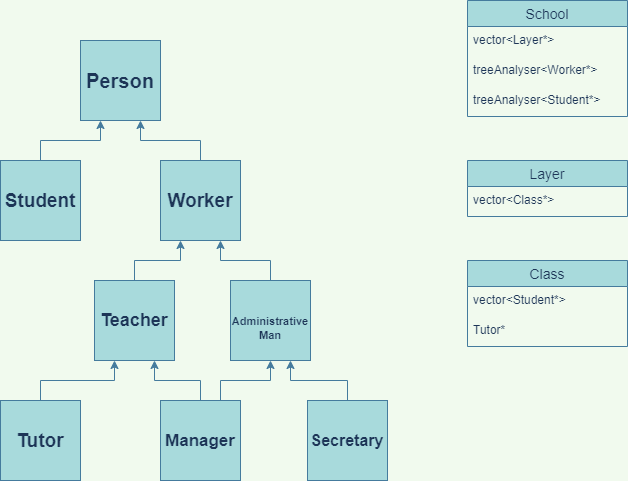
Before: Block diagram.png, a diagram exported from draw.io (ofir-tan/School-Super-Data-Structure). Source tidied: cells renumbered, new cells last; positions are measured from the earlier drawing's top-left corner, leaving out a move shared by most shapes.
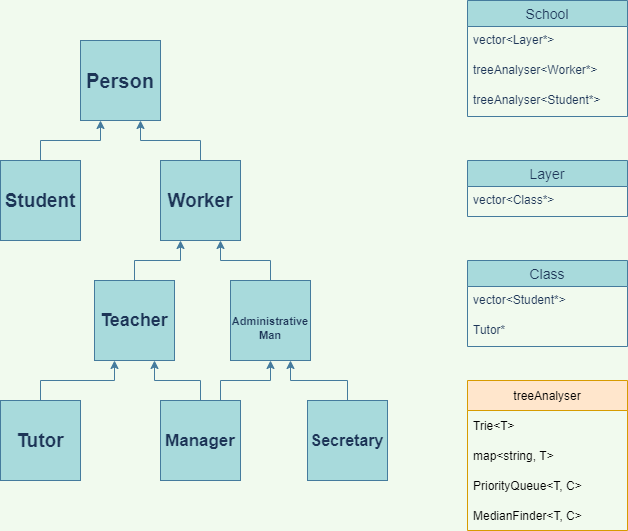
After the commit.

Diff of the diagram source:
```diff
@@ -77,5 +77,20 @@
     <mxCell id="26" value="Tutor*" style="text;strokeColor=none;fillColor=none;spacingLeft=4;spacingRight=4;overflow=hidden;fontSize=12;fontColor=#1D3557;" parent="24" vertex="1">
       <mxGeometry y="56" width="160" height="30" as="geometry" />
     </mxCell>
+    <mxCell id="27" value="treeAnalyser" style="swimlane;fontStyle=0;horizontal=1;startSize=30;fillColor=#ffe6cc;strokeColor=#d79b00;fontColor=default;" parent="1" vertex="1">
+      <mxGeometry x="467" y="380" width="160" height="150" as="geometry" />
+    </mxCell>
+    <mxCell id="28" value="Trie&lt;T&gt;" style="text;strokeColor=none;fillColor=none;align=left;verticalAlign=middle;spacingLeft=4;spacingRight=4;overflow=hidden;fontColor=default;" parent="27" vertex="1">
+      <mxGeometry y="30" width="160" height="30" as="geometry" />
+    </mxCell>
+    <mxCell id="29" value="map&lt;string, T&gt;" style="text;strokeColor=none;fillColor=none;align=left;verticalAlign=middle;spacingLeft=4;spacingRight=4;overflow=hidden;fontColor=default;" parent="27" vertex="1">
+      <mxGeometry y="60" width="160" height="30" as="geometry" />
+    </mxCell>
+    <mxCell id="30" value="PriorityQueue&lt;T, C&gt;" style="text;strokeColor=none;fillColor=none;align=left;verticalAlign=middle;spacingLeft=4;spacingRight=4;overflow=hidden;fontColor=default;" parent="27" vertex="1">
+      <mxGeometry y="90" width="160" height="30" as="geometry" />
+    </mxCell>
+    <mxCell id="31" value="MedianFinder&lt;T, C&gt;" style="text;strokeColor=none;fillColor=none;align=left;verticalAlign=middle;spacingLeft=4;spacingRight=4;overflow=hidden;fontColor=default;" parent="27" vertex="1">
+      <mxGeometry y="120" width="160" height="30" as="geometry" />
+    </mxCell>
   </root>
 </mxGraphModel>
```
